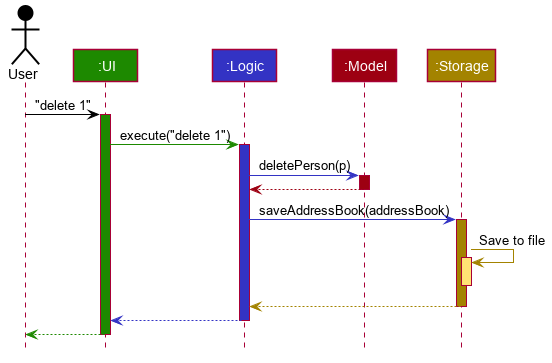
nus-cs2103-AY1920S2/addressbook-level3 keeps this PlantUML diagram as docs/images/ArchitectureSequenceDiagram.png. Above is the earlier version.
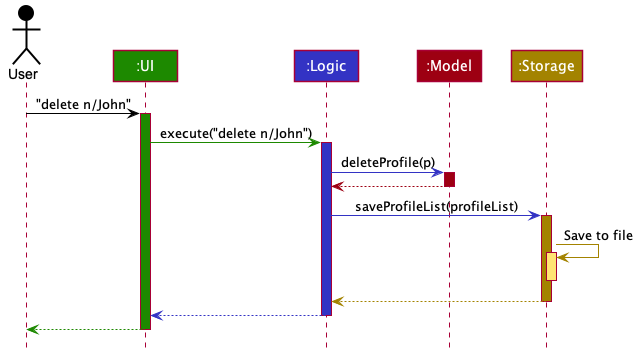
The same file after the commit.

Commit message:
Updated DG (Introduction, Setting up, Architecture, NewCommand, AddCommand)

The edit, as a diff of the source:
```diff
@@ -54,19 +54,19 @@
 Participant ":Model" as model #9D0012
 Participant ":Storage" as storage #A38300
 
-user -[#000000]> ui : "delete 1"
+user -[#000000]> ui : "delete n/John"
 activate ui #1D8900
 
-ui -[#1D8900]> logic : execute("delete 1")
+ui -[#1D8900]> logic : execute("delete n/John")
 activate logic #3333C4
 
-logic -[#3333C4]> model : deletePerson(p)
+logic -[#3333C4]> model : deleteProfile(p)
 activate model #9D0012
 
 model -[#9D0012]-> logic
 deactivate model
 
-logic -[#3333C4]> storage : saveAddressBook(addressBook)
+logic -[#3333C4]> storage : saveProfileList(profileList)
 activate storage #A38300
 
 storage -[#A38300]> storage : Save to file
```
